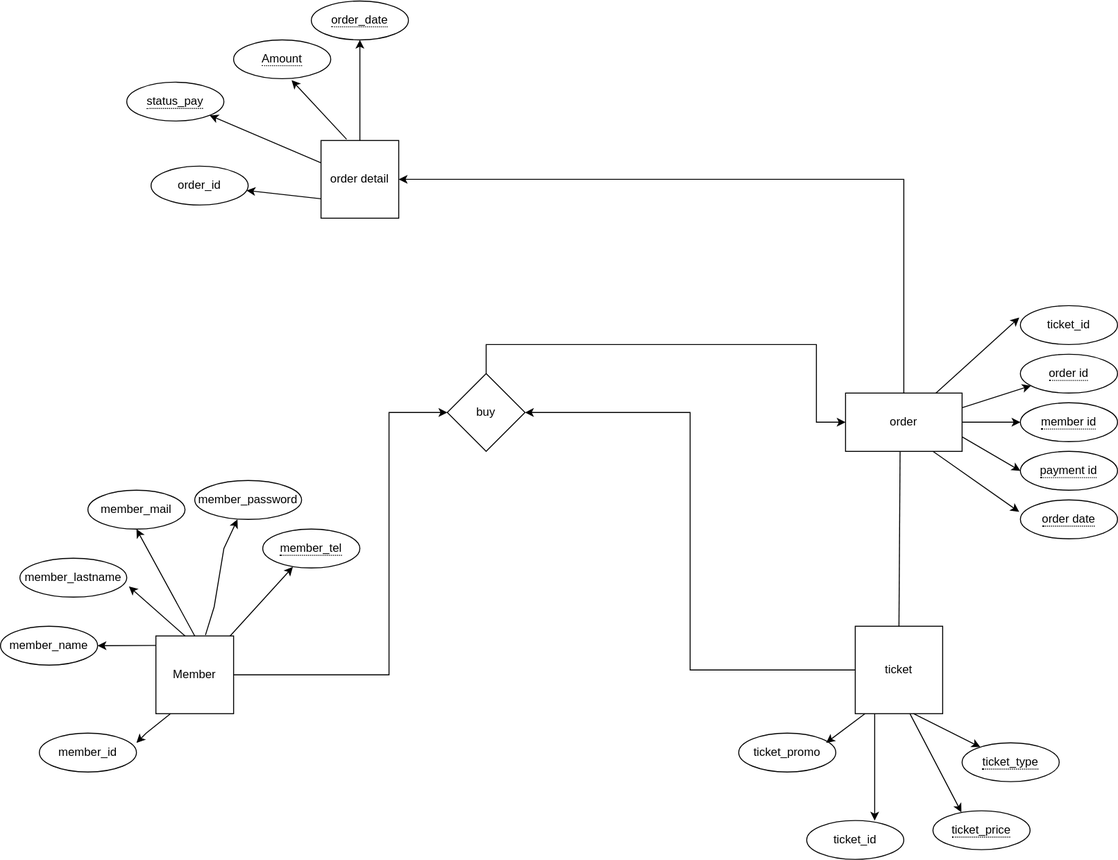
This is ER.drawio.svg from Jhutatip/Project_kao, a draw.io export, as it was before one commit. Source tidied: cells renumbered, new cells last; positions are measured from the earlier drawing's top-left corner, leaving out a move shared by most shapes.
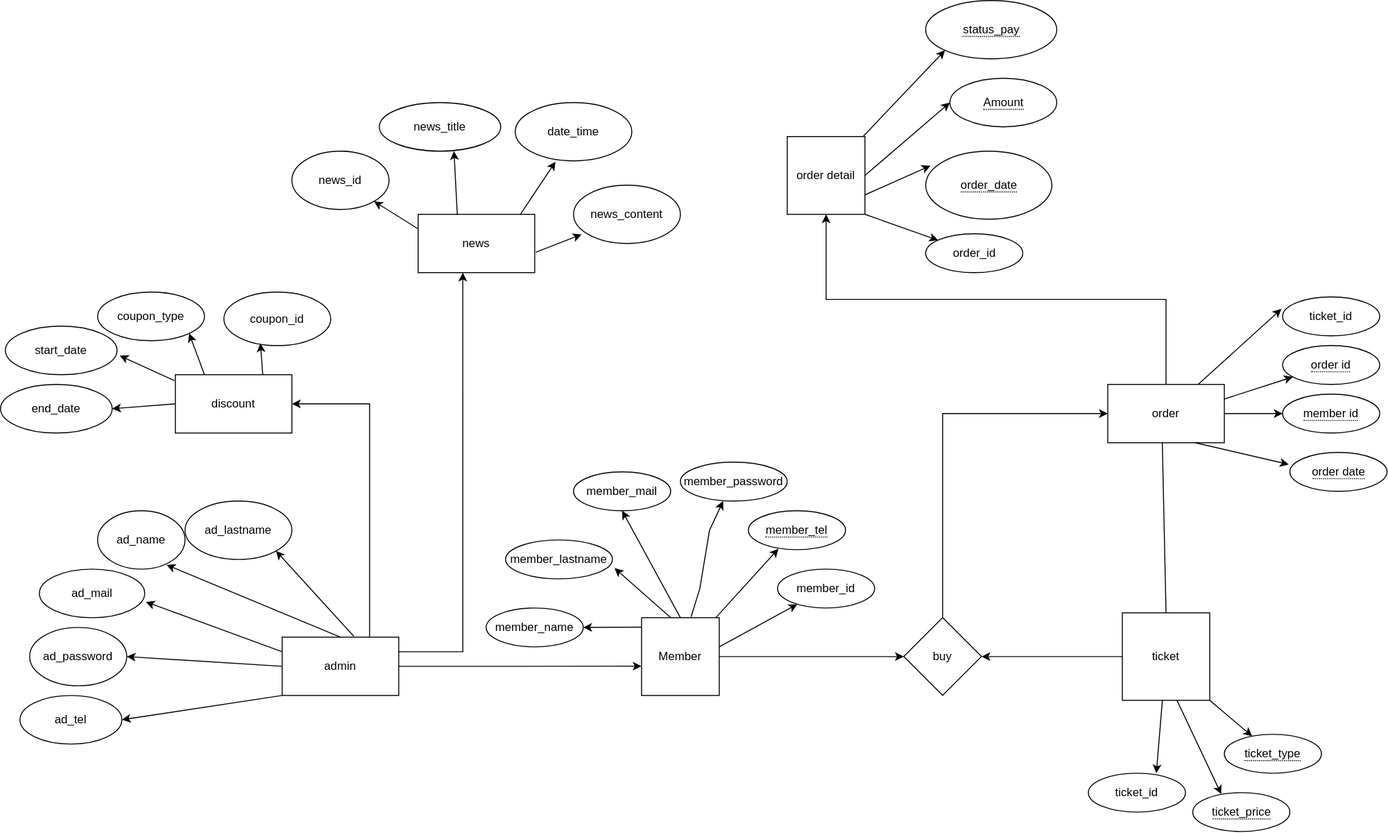
After the commit.

Change to the diagram source:
```diff
@@ -5,25 +5,20 @@
     <mxCell id="2" style="edgeStyle=orthogonalEdgeStyle;rounded=0;jettySize=auto;html=1;entryX=0;entryY=0.5;entryDx=0;entryDy=0;" parent="1" edge="1" source="3" target="34">
-      <mxGeometry relative="1" as="geometry">
-        <Array as="points">
-          <mxPoint x="400" y="694" />
-          <mxPoint x="400" y="424" />
-        </Array>
-      </mxGeometry>
+      <mxGeometry relative="1" as="geometry" />
     </mxCell>
     <mxCell id="3" value="Member" style="whiteSpace=wrap;html=1;" parent="1" vertex="1">
-      <mxGeometry x="160" y="654" width="80" height="80" as="geometry" />
+      <mxGeometry x="390" y="644" width="80" height="80" as="geometry" />
     </mxCell>
     <mxCell id="4" value="&lt;span style=&quot;border-bottom: 1px dotted&quot;&gt;member_tel&lt;/span&gt;" style="ellipse;whiteSpace=wrap;html=1;align=center;" parent="1" vertex="1">
-      <mxGeometry x="270" y="544" width="100" height="40" as="geometry" />
+      <mxGeometry x="500" y="534" width="100" height="40" as="geometry" />
     </mxCell>
     <mxCell id="5" value="member_lastname" style="ellipse;whiteSpace=wrap;html=1;align=center;" parent="1" vertex="1">
-      <mxGeometry x="20" y="574" width="110" height="40" as="geometry" />
+      <mxGeometry x="250" y="564" width="110" height="40" as="geometry" />
     </mxCell>
     <mxCell id="6" value="member_mail" style="ellipse;whiteSpace=wrap;html=1;align=center;" parent="1" vertex="1">
-      <mxGeometry x="90" y="504" width="100" height="40" as="geometry" />
+      <mxGeometry x="320" y="494" width="100" height="40" as="geometry" />
     </mxCell>
     <mxCell id="7" value="member_name" style="ellipse;whiteSpace=wrap;html=1;align=center;" parent="1" vertex="1">
-      <mxGeometry y="644" width="100" height="40" as="geometry" />
+      <mxGeometry x="230" y="634" width="100" height="40" as="geometry" />
     </mxCell>
-    <mxCell id="8" style="edgeStyle=orthogonalEdgeStyle;rounded=0;jettySize=auto;html=1;entryX=1;entryY=0.5;entryDx=0;entryDy=0;" parent="1" edge="1" source="9" target="34">
+    <mxCell id="8" style="edgeStyle=orthogonalEdgeStyle;rounded=0;jettySize=auto;html=1;exitX=0;exitY=0.5;exitDx=0;exitDy=0;entryX=1;entryY=0.5;entryDx=0;entryDy=0;" parent="1" edge="1" source="9" target="34">
       <mxGeometry relative="1" as="geometry" />
@@ -31,12 +26,9 @@
     <mxCell id="9" value="ticket" style="whiteSpace=wrap;html=1;" parent="1" vertex="1">
-      <mxGeometry x="880" y="644" width="90" height="90" as="geometry" />
+      <mxGeometry x="885" y="639" width="90" height="90" as="geometry" />
     </mxCell>
     <mxCell id="10" value="order detail" style="whiteSpace=wrap;html=1;" parent="1" vertex="1">
-      <mxGeometry x="330" y="144" width="80" height="80" as="geometry" />
+      <mxGeometry x="540" y="149" width="80" height="80" as="geometry" />
     </mxCell>
-    <mxCell id="11" value="ticket_promo" style="ellipse;whiteSpace=wrap;html=1;align=center;" parent="1" vertex="1">
-      <mxGeometry x="760" y="754" width="100" height="40" as="geometry" />
-    </mxCell>
     <mxCell id="12" value="ticket_id" style="ellipse;whiteSpace=wrap;html=1;align=center;" parent="1" vertex="1">
-      <mxGeometry x="830" y="844" width="100" height="40" as="geometry" />
+      <mxGeometry x="850" y="804" width="100" height="40" as="geometry" />
     </mxCell>
@@ -46,18 +38,18 @@
     <mxCell id="14" value="&lt;span style=&quot;border-bottom: 1px dotted&quot;&gt;ticket_price&lt;/span&gt;" style="ellipse;whiteSpace=wrap;html=1;align=center;" parent="1" vertex="1">
-      <mxGeometry x="960" y="834" width="100" height="40" as="geometry" />
+      <mxGeometry x="957.5" y="824" width="100" height="40" as="geometry" />
     </mxCell>
     <mxCell id="15" value="&lt;span style=&quot;border-bottom: 1px dotted&quot;&gt;status_pay&lt;/span&gt;" style="ellipse;whiteSpace=wrap;html=1;align=center;" parent="1" vertex="1">
-      <mxGeometry x="130" y="84" width="100" height="40" as="geometry" />
+      <mxGeometry x="682.5" y="9" width="135" height="60" as="geometry" />
     </mxCell>
     <mxCell id="16" value="&lt;span style=&quot;border-bottom: 1px dotted&quot;&gt;order_date&lt;/span&gt;" style="ellipse;whiteSpace=wrap;html=1;align=center;" parent="1" vertex="1">
-      <mxGeometry x="320" y="0.4" width="100" height="40" as="geometry" />
+      <mxGeometry x="682.5" y="164" width="130" height="70" as="geometry" />
     </mxCell>
     <mxCell id="17" value="order_id" style="ellipse;whiteSpace=wrap;html=1;align=center;" parent="1" vertex="1">
-      <mxGeometry x="155" y="170.4" width="100" height="40" as="geometry" />
+      <mxGeometry x="682.5" y="249" width="100" height="40" as="geometry" />
     </mxCell>
     <mxCell id="18" value="member_password" style="ellipse;whiteSpace=wrap;html=1;align=center;" parent="1" vertex="1">
-      <mxGeometry x="200" y="494" width="110" height="40" as="geometry" />
+      <mxGeometry x="430" y="484" width="110" height="40" as="geometry" />
     </mxCell>
     <mxCell id="19" value="member_id" style="ellipse;whiteSpace=wrap;html=1;align=center;" parent="1" vertex="1">
-      <mxGeometry x="40" y="754" width="100" height="40" as="geometry" />
+      <mxGeometry x="530" y="594" width="100" height="40" as="geometry" />
     </mxCell>
@@ -69,4 +61,4 @@
         <Array as="points">
-          <mxPoint x="220" y="624" />
-          <mxPoint x="230" y="564" />
+          <mxPoint x="450" y="614" />
+          <mxPoint x="460" y="554" />
         </Array>
@@ -79,30 +71,11 @@
       <mxGeometry relative="1" as="geometry">
-        <mxPoint x="160" y="663.8" as="sourcePoint" />
-        <mxPoint x="100" y="664" as="targetPoint" />
+        <mxPoint x="390" y="653.8" as="sourcePoint" />
+        <mxPoint x="330" y="654" as="targetPoint" />
       </mxGeometry>
     </mxCell>
-    <mxCell id="24" style="endArrow=classic;html=1;rounded=0;" parent="1" edge="1">
-      <mxGeometry relative="1" as="geometry">
-        <mxPoint x="175" y="734" as="sourcePoint" />
-        <mxPoint x="140" y="764" as="targetPoint" />
-        <Array as="points">
-          <mxPoint x="150" y="754" />
-        </Array>
-      </mxGeometry>
-    </mxCell>
-    <mxCell id="25" style="endArrow=classic;html=1;rounded=0;" parent="1" edge="1">
-      <mxGeometry relative="1" as="geometry">
-        <mxPoint x="890" y="734" as="sourcePoint" />
-        <mxPoint x="850" y="764" as="targetPoint" />
-      </mxGeometry>
-    </mxCell>
-    <mxCell id="26" style="endArrow=classic;html=1;rounded=0;entryX=0.7;entryY=0;entryDx=0;entryDy=0;entryPerimeter=0;" parent="1" edge="1" target="12">
-      <mxGeometry relative="1" as="geometry">
-        <mxPoint x="900" y="734" as="sourcePoint" />
-      </mxGeometry>
+    <mxCell id="26" style="endArrow=classic;html=1;rounded=0;entryX=0.7;entryY=0;entryDx=0;entryDy=0;entryPerimeter=0;" parent="1" edge="1" source="9" target="12">
+      <mxGeometry relative="1" as="geometry" />
     </mxCell>
-    <mxCell id="27" style="endArrow=classic;html=1;rounded=0;" parent="1" edge="1" target="13">
-      <mxGeometry relative="1" as="geometry">
-        <mxPoint x="940" y="734" as="sourcePoint" />
-      </mxGeometry>
+    <mxCell id="27" style="endArrow=classic;html=1;rounded=0;exitX=1;exitY=1;exitDx=0;exitDy=0;" parent="1" edge="1" source="9" target="13">
+      <mxGeometry relative="1" as="geometry" />
     </mxCell>
@@ -111,15 +84,10 @@
     </mxCell>
-    <mxCell id="29" style="endArrow=classic;html=1;rounded=0;entryX=0.5;entryY=1;entryDx=0;entryDy=0;exitX=0.5;exitY=0;exitDx=0;exitDy=0;" parent="1" edge="1" source="10" target="16">
-      <mxGeometry relative="1" as="geometry" />
-    </mxCell>
-    <mxCell id="30" style="endArrow=classic;html=1;rounded=0;exitX=0;exitY=0.75;exitDx=0;exitDy=0;" parent="1" edge="1" source="10" target="17">
+    <mxCell id="30" style="endArrow=classic;html=1;rounded=0;exitX=1;exitY=1;exitDx=0;exitDy=0;" parent="1" edge="1" source="10" target="17">
       <mxGeometry relative="1" as="geometry" />
     </mxCell>
-    <mxCell id="31" style="endArrow=classic;html=1;rounded=0;entryX=1;entryY=1;entryDx=0;entryDy=0;" parent="1" edge="1" source="10" target="15">
+    <mxCell id="31" style="endArrow=classic;html=1;rounded=0;entryX=0;entryY=1;entryDx=0;entryDy=0;" parent="1" edge="1" source="10" target="15">
       <mxGeometry relative="1" as="geometry" />
     </mxCell>
-    <mxCell id="32" style="endArrow=classic;html=1;rounded=0;exitX=0.329;exitY=-0.016;exitDx=0;exitDy=0;exitPerimeter=0;entryX=0.597;entryY=1.037;entryDx=0;entryDy=0;entryPerimeter=0;" parent="1" edge="1" source="10">
-      <mxGeometry relative="1" as="geometry">
-        <mxPoint x="299.7" y="81.9" as="targetPoint" />
-      </mxGeometry>
+    <mxCell id="32" style="endArrow=classic;html=1;rounded=0;exitX=1;exitY=0.75;exitDx=0;exitDy=0;entryX=0.038;entryY=0.214;entryDx=0;entryDy=0;entryPerimeter=0;" parent="1" edge="1" source="10" target="16">
+      <mxGeometry relative="1" as="geometry" />
     </mxCell>
@@ -128,5 +96,3 @@
         <Array as="points">
-          <mxPoint x="500" y="354" />
-          <mxPoint x="840" y="354" />
-          <mxPoint x="840" y="434" />
+          <mxPoint x="700" y="434" />
         </Array>
@@ -135,10 +101,6 @@
     <mxCell id="34" value="buy" style="rhombus;whiteSpace=wrap;html=1;" parent="1" vertex="1">
-      <mxGeometry x="460" y="384" width="80" height="80" as="geometry" />
+      <mxGeometry x="660" y="644" width="80" height="80" as="geometry" />
     </mxCell>
-    <mxCell id="35" style="edgeStyle=orthogonalEdgeStyle;rounded=0;jettySize=auto;html=1;entryX=1;entryY=0.5;entryDx=0;entryDy=0;" parent="1" edge="1" source="36" target="10">
-      <mxGeometry relative="1" as="geometry">
-        <Array as="points">
-          <mxPoint x="930" y="184" />
-        </Array>
-      </mxGeometry>
+    <mxCell id="35" style="edgeStyle=orthogonalEdgeStyle;rounded=0;jettySize=auto;html=1;exitX=0.5;exitY=0;exitDx=0;exitDy=0;entryX=0.5;entryY=1;entryDx=0;entryDy=0;" parent="1" edge="1" source="36" target="10">
+      <mxGeometry relative="1" as="geometry" />
     </mxCell>
@@ -153,7 +115,4 @@
     </mxCell>
-    <mxCell id="39" value="&lt;span style=&quot;border-bottom: 1px dotted&quot;&gt;payment id&lt;/span&gt;" style="ellipse;whiteSpace=wrap;html=1;align=center;" parent="1" vertex="1">
-      <mxGeometry x="1050" y="464" width="100" height="40" as="geometry" />
-    </mxCell>
     <mxCell id="40" value="&lt;span style=&quot;border-bottom: 1px dotted&quot;&gt;order date&lt;/span&gt;" style="ellipse;whiteSpace=wrap;html=1;align=center;" parent="1" vertex="1">
-      <mxGeometry x="1050" y="514" width="100" height="40" as="geometry" />
+      <mxGeometry x="1057.5" y="474" width="100" height="40" as="geometry" />
     </mxCell>
@@ -165,5 +124,2 @@
     </mxCell>
-    <mxCell id="43" style="endArrow=classic;html=1;rounded=0;entryX=0;entryY=0.5;entryDx=0;entryDy=0;exitX=1;exitY=0.75;exitDx=0;exitDy=0;" parent="1" edge="1" source="36" target="39">
-      <mxGeometry relative="1" as="geometry" />
-    </mxCell>
     <mxCell id="44" style="endArrow=classic;html=1;rounded=0;entryX=-0.012;entryY=0.308;entryDx=0;entryDy=0;entryPerimeter=0;exitX=0.75;exitY=1;exitDx=0;exitDy=0;" parent="1" edge="1" source="36" target="40">
@@ -184,4 +140,108 @@
     <mxCell id="49" value="&lt;span style=&quot;border-bottom: 1px dotted&quot;&gt;Amount&lt;/span&gt;" style="ellipse;whiteSpace=wrap;html=1;align=center;" parent="1" vertex="1">
-      <mxGeometry x="240" y="40.4" width="100" height="40" as="geometry" />
+      <mxGeometry x="707.5" y="89" width="110" height="50" as="geometry" />
     </mxCell>
+    <mxCell id="50" value="discount" style="rounded=0;whiteSpace=wrap;html=1;" parent="1" vertex="1">
+      <mxGeometry x="-90" y="394" width="120" height="60" as="geometry" />
+    </mxCell>
+    <mxCell id="51" style="edgeStyle=orthogonalEdgeStyle;rounded=0;jettySize=auto;html=1;entryX=0;entryY=0.623;entryDx=0;entryDy=0;entryPerimeter=0;" parent="1" edge="1" source="54" target="3">
+      <mxGeometry relative="1" as="geometry" />
+    </mxCell>
+    <mxCell id="52" style="edgeStyle=orthogonalEdgeStyle;rounded=0;jettySize=auto;html=1;exitX=0.75;exitY=0;exitDx=0;exitDy=0;entryX=1;entryY=0.5;entryDx=0;entryDy=0;" parent="1" edge="1" source="54" target="50">
+      <mxGeometry relative="1" as="geometry" />
+    </mxCell>
+    <mxCell id="53" style="edgeStyle=orthogonalEdgeStyle;rounded=0;jettySize=auto;html=1;exitX=1;exitY=0.25;exitDx=0;exitDy=0;entryX=0.383;entryY=1;entryDx=0;entryDy=0;entryPerimeter=0;" parent="1" edge="1" source="54" target="70">
+      <mxGeometry relative="1" as="geometry" />
+    </mxCell>
+    <mxCell id="54" value="admin" style="rounded=0;whiteSpace=wrap;html=1;" parent="1" vertex="1">
+      <mxGeometry x="20" y="664" width="120" height="60" as="geometry" />
+    </mxCell>
+    <mxCell id="55" value="coupon_type" style="ellipse;whiteSpace=wrap;html=1;" parent="1" vertex="1">
+      <mxGeometry x="-170" y="309" width="110" height="50" as="geometry" />
+    </mxCell>
+    <mxCell id="56" value="ad_name" style="ellipse;whiteSpace=wrap;html=1;" parent="1" vertex="1">
+      <mxGeometry x="-170" y="534" width="90" height="60" as="geometry" />
+    </mxCell>
+    <mxCell id="57" value="ad_mail" style="ellipse;whiteSpace=wrap;html=1;" parent="1" vertex="1">
+      <mxGeometry x="-230" y="594" width="108.5" height="50" as="geometry" />
+    </mxCell>
+    <mxCell id="58" style="endArrow=classic;html=1;rounded=0;entryX=0;entryY=0.5;entryDx=0;entryDy=0;exitX=1;exitY=0.5;exitDx=0;exitDy=0;" parent="1" edge="1" source="10" target="49">
+      <mxGeometry relative="1" as="geometry" />
+    </mxCell>
+    <mxCell id="59" style="endArrow=classic;html=1;rounded=0;exitX=0.614;exitY=-0.016;exitDx=0;exitDy=0;exitPerimeter=0;entryX=1;entryY=1;entryDx=0;entryDy=0;" parent="1" edge="1" source="54" target="63">
+      <mxGeometry relative="1" as="geometry" />
+    </mxCell>
+    <mxCell id="60" style="endArrow=classic;html=1;rounded=0;entryX=0.789;entryY=0.928;entryDx=0;entryDy=0;entryPerimeter=0;exitX=0.5;exitY=0;exitDx=0;exitDy=0;" parent="1" edge="1" source="54" target="56">
+      <mxGeometry relative="1" as="geometry" />
+    </mxCell>
+    <mxCell id="61" style="endArrow=classic;html=1;rounded=0;entryX=1.011;entryY=0.676;entryDx=0;entryDy=0;entryPerimeter=0;exitX=0;exitY=0.25;exitDx=0;exitDy=0;" parent="1" edge="1" source="54" target="57">
+      <mxGeometry relative="1" as="geometry" />
+    </mxCell>
+    <mxCell id="62" style="endArrow=classic;html=1;rounded=0;entryX=1;entryY=1;entryDx=0;entryDy=0;exitX=0.25;exitY=0;exitDx=0;exitDy=0;" parent="1" edge="1" source="50" target="55">
+      <mxGeometry relative="1" as="geometry" />
+    </mxCell>
+    <mxCell id="63" value="ad_lastname" style="ellipse;whiteSpace=wrap;html=1;" parent="1" vertex="1">
+      <mxGeometry x="-80" y="524" width="110" height="60" as="geometry" />
+    </mxCell>
+    <mxCell id="64" value="ad_password" style="ellipse;whiteSpace=wrap;html=1;" parent="1" vertex="1">
+      <mxGeometry x="-240" y="654" width="100" height="60" as="geometry" />
+    </mxCell>
+    <mxCell id="65" value="ad_tel" style="ellipse;whiteSpace=wrap;html=1;" parent="1" vertex="1">
+      <mxGeometry x="-250" y="724" width="105" height="50" as="geometry" />
+    </mxCell>
+    <mxCell id="66" value="coupon_id" style="ellipse;whiteSpace=wrap;html=1;" parent="1" vertex="1">
+      <mxGeometry x="-40" y="309" width="110" height="55" as="geometry" />
+    </mxCell>
+    <mxCell id="67" style="endArrow=classic;html=1;rounded=0;entryX=1;entryY=0.5;entryDx=0;entryDy=0;exitX=0;exitY=1;exitDx=0;exitDy=0;" parent="1" edge="1" source="54" target="65">
+      <mxGeometry relative="1" as="geometry" />
+    </mxCell>
+    <mxCell id="68" style="endArrow=classic;html=1;rounded=0;entryX=1;entryY=0.5;entryDx=0;entryDy=0;exitX=0;exitY=0.5;exitDx=0;exitDy=0;" parent="1" edge="1" source="54" target="64">
+      <mxGeometry relative="1" as="geometry" />
+    </mxCell>
+    <mxCell id="69" style="endArrow=classic;html=1;rounded=0;entryX=0.342;entryY=0.958;entryDx=0;entryDy=0;entryPerimeter=0;exitX=0.75;exitY=0;exitDx=0;exitDy=0;" parent="1" edge="1" source="50" target="66">
+      <mxGeometry relative="1" as="geometry" />
+    </mxCell>
+    <mxCell id="70" value="news" style="rounded=0;whiteSpace=wrap;html=1;" parent="1" vertex="1">
+      <mxGeometry x="160" y="229" width="120" height="60" as="geometry" />
+    </mxCell>
+    <mxCell id="71" value="date_time" style="ellipse;whiteSpace=wrap;html=1;" parent="1" vertex="1">
+      <mxGeometry x="260" y="114" width="120" height="60" as="geometry" />
+    </mxCell>
+    <mxCell id="72" value="news_title" style="ellipse;whiteSpace=wrap;html=1;" parent="1" vertex="1">
+      <mxGeometry x="120" y="114" width="125" height="50" as="geometry" />
+    </mxCell>
+    <mxCell id="73" value="news_content" style="ellipse;whiteSpace=wrap;html=1;" parent="1" vertex="1">
+      <mxGeometry x="320" y="199" width="110" height="60" as="geometry" />
+    </mxCell>
+    <mxCell id="74" style="endArrow=classic;html=1;rounded=0;entryX=0.345;entryY=1.014;entryDx=0;entryDy=0;entryPerimeter=0;exitX=0.88;exitY=-0.008;exitDx=0;exitDy=0;exitPerimeter=0;" parent="1" edge="1" source="70" target="71">
+      <mxGeometry relative="1" as="geometry" />
+    </mxCell>
+    <mxCell id="75" style="endArrow=classic;html=1;rounded=0;exitX=0.336;exitY=0.01;exitDx=0;exitDy=0;exitPerimeter=0;entryX=0.615;entryY=1;entryDx=0;entryDy=0;entryPerimeter=0;" parent="1" edge="1" source="70" target="72">
+      <mxGeometry relative="1" as="geometry" />
+    </mxCell>
+    <mxCell id="76" style="endArrow=classic;html=1;rounded=0;exitX=1.01;exitY=0.65;exitDx=0;exitDy=0;exitPerimeter=0;entryX=0.075;entryY=0.845;entryDx=0;entryDy=0;entryPerimeter=0;" parent="1" edge="1" source="70" target="73">
+      <mxGeometry relative="1" as="geometry" />
+    </mxCell>
+    <mxCell id="77" style="endArrow=classic;html=1;rounded=0;" parent="1" edge="1" target="19">
+      <mxGeometry relative="1" as="geometry">
+        <mxPoint x="470" y="674" as="sourcePoint" />
+      </mxGeometry>
+    </mxCell>
+    <mxCell id="78" value="news_id" style="ellipse;whiteSpace=wrap;html=1;" parent="1" vertex="1">
+      <mxGeometry x="30" y="164" width="100" height="60" as="geometry" />
+    </mxCell>
+    <mxCell id="79" style="endArrow=classic;html=1;rounded=0;exitX=0;exitY=0.25;exitDx=0;exitDy=0;" parent="1" edge="1" source="70" target="78">
+      <mxGeometry relative="1" as="geometry" />
+    </mxCell>
+    <mxCell id="80" value="start_date" style="ellipse;whiteSpace=wrap;html=1;" parent="1" vertex="1">
+      <mxGeometry x="-265" y="344" width="115" height="50" as="geometry" />
+    </mxCell>
+    <mxCell id="81" value="end_date" style="ellipse;whiteSpace=wrap;html=1;" parent="1" vertex="1">
+      <mxGeometry x="-270" y="404" width="115" height="50" as="geometry" />
+    </mxCell>
+    <mxCell id="82" style="endArrow=classic;html=1;rounded=0;entryX=1.024;entryY=0.608;entryDx=0;entryDy=0;exitX=-0.007;exitY=0.102;exitDx=0;exitDy=0;entryPerimeter=0;exitPerimeter=0;" parent="1" edge="1" source="50" target="80">
+      <mxGeometry relative="1" as="geometry" />
+    </mxCell>
+    <mxCell id="83" style="endArrow=classic;html=1;rounded=0;entryX=1;entryY=0.5;entryDx=0;entryDy=0;exitX=0;exitY=0.5;exitDx=0;exitDy=0;" parent="1" edge="1" source="50" target="81">
+      <mxGeometry relative="1" as="geometry" />
+    </mxCell>
   </root>
```
